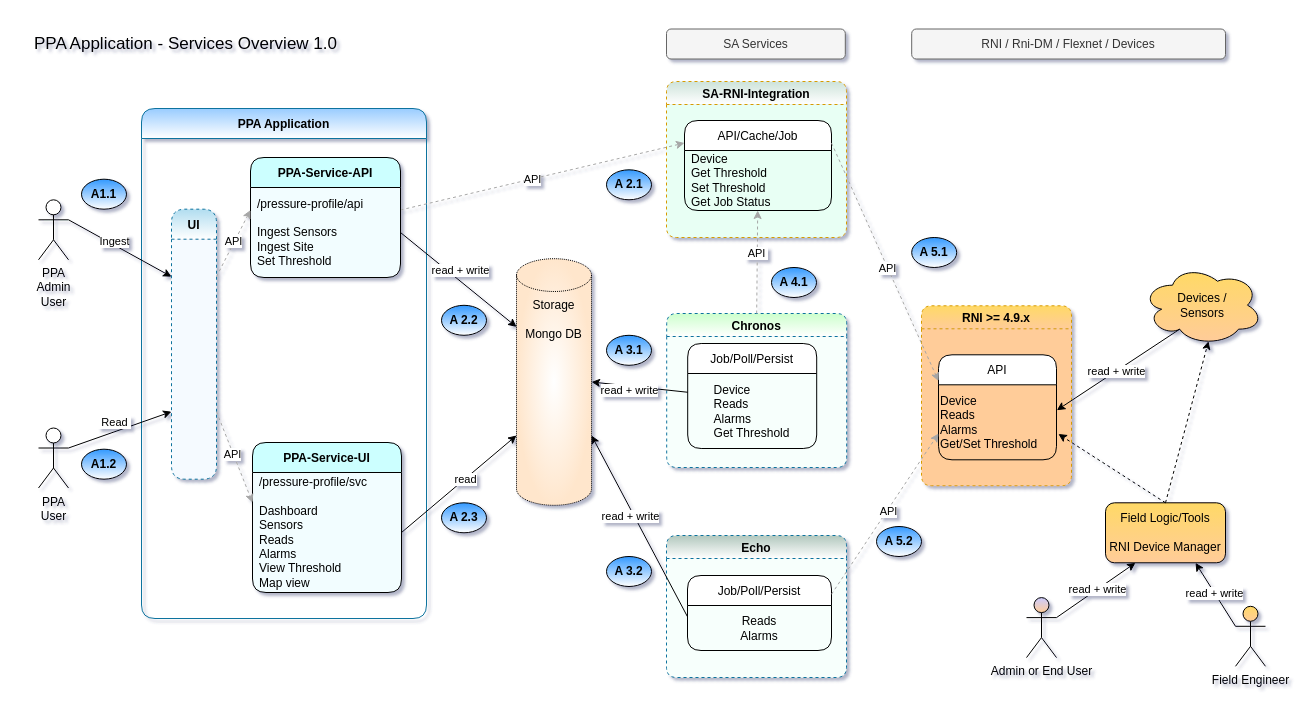
The draw.io diagram ppa/data-flow/ppa-app-services-overview-v1.drawio in rajeshpv-common/my-drawio, before the edit. Source tidied: cells renumbered, new cells numbered last; positions are measured from the earlier drawing's top-left corner, leaving out a move shared by most shapes. Both pictures are drawn from the tidied source at 100%, with x=0, y=0 at pixel (21, 21).
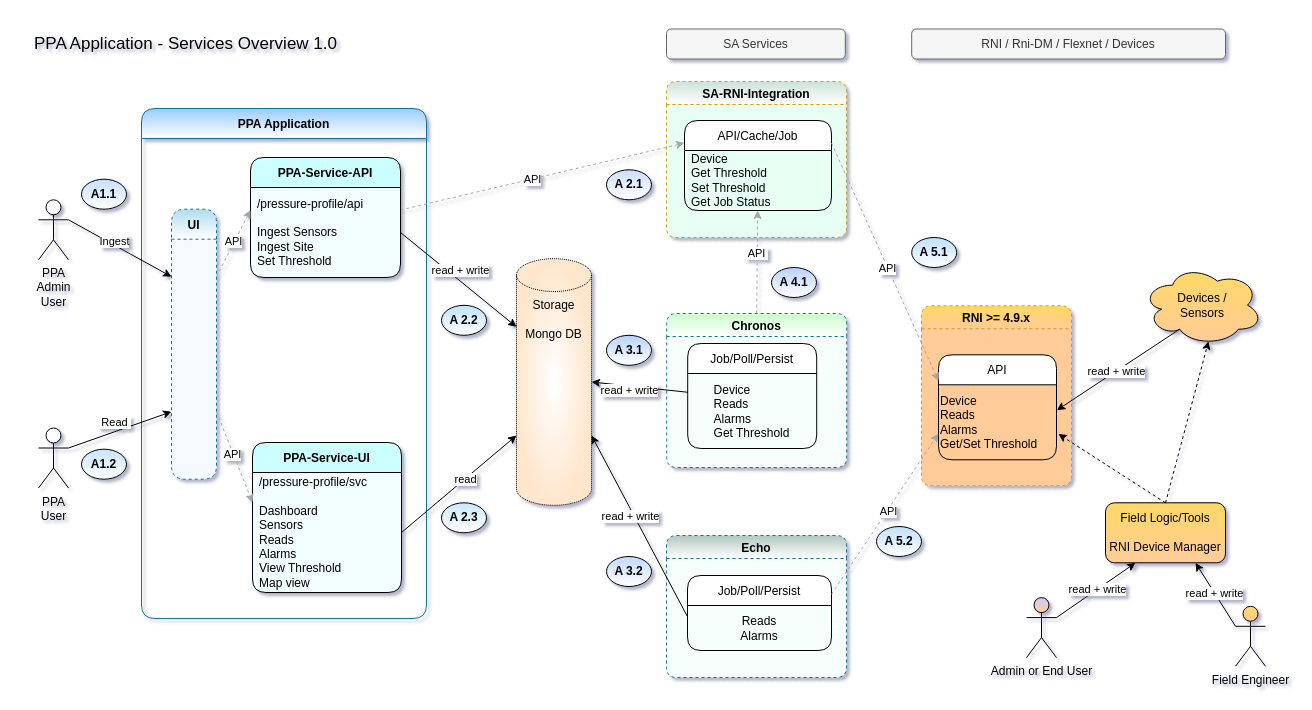
The same diagram, later.

Change to the diagram source:
```diff
@@
-    <mxCell id="5" value="&lt;b&gt;A 4.1&lt;/b&gt;" style="ellipse;whiteSpace=wrap;html=1;gradientColor=#ffffff;fillColor=#3399FF;" parent="1" vertex="1">
+    <mxCell id="5" value="&lt;b&gt;A 4.1&lt;/b&gt;" style="ellipse;whiteSpace=wrap;html=1;gradientColor=#ffffff;fillColor=#BAD1FF;" parent="1" vertex="1">
       <mxGeometry x="750" y="246" width="45" height="30" as="geometry" />
     </mxCell>
@@
-    <mxCell id="10" value="&lt;b&gt;A 3.2&lt;/b&gt;" style="ellipse;whiteSpace=wrap;html=1;gradientColor=#ffffff;fillColor=#3399FF;" parent="1" vertex="1">
+    <mxCell id="10" value="&lt;b&gt;A 3.2&lt;/b&gt;" style="ellipse;whiteSpace=wrap;html=1;gradientColor=#ffffff;fillColor=#C4D8FF;" parent="1" vertex="1">
       <mxGeometry x="585" y="535" width="45" height="30" as="geometry" />
     </mxCell>
-    <mxCell id="11" value="&lt;b&gt;A 3.1&lt;/b&gt;" style="ellipse;whiteSpace=wrap;html=1;gradientColor=#ffffff;fillColor=#3399FF;" parent="1" vertex="1">
+    <mxCell id="11" value="&lt;b&gt;A 3.1&lt;/b&gt;" style="ellipse;whiteSpace=wrap;html=1;gradientColor=#ffffff;fillColor=#BAD1FF;" parent="1" vertex="1">
       <mxGeometry x="585" y="313.8" width="45" height="30" as="geometry" />
     </mxCell>
@@
-    <mxCell id="15" value="&lt;b&gt;A1.2&lt;/b&gt;" style="ellipse;whiteSpace=wrap;html=1;gradientColor=#ffffff;fillColor=#3399FF;" parent="1" vertex="1">
+    <mxCell id="15" value="&lt;b&gt;A1.2&lt;/b&gt;" style="ellipse;whiteSpace=wrap;html=1;gradientColor=#ffffff;fillColor=#C9E4FF;" parent="1" vertex="1">
       <mxGeometry x="60" y="427.7" width="45" height="30" as="geometry" />
     </mxCell>
@@
-    <mxCell id="17" value="&lt;b&gt;A 2.2&lt;/b&gt;" style="ellipse;whiteSpace=wrap;html=1;gradientColor=#ffffff;fillColor=#3399FF;" parent="1" vertex="1">
+    <mxCell id="17" value="&lt;b&gt;A 2.2&lt;/b&gt;" style="ellipse;whiteSpace=wrap;html=1;gradientColor=#ffffff;fillColor=#BDE4FF;" parent="1" vertex="1">
       <mxGeometry x="420" y="283.8" width="45" height="30" as="geometry" />
     </mxCell>
@@
-    <mxCell id="19" value="&lt;b&gt;A 2.3&lt;br&gt;&lt;/b&gt;" style="ellipse;whiteSpace=wrap;html=1;gradientColor=#ffffff;fillColor=#3399FF;" parent="1" vertex="1">
+    <mxCell id="19" value="&lt;b&gt;A 2.3&lt;br&gt;&lt;/b&gt;" style="ellipse;whiteSpace=wrap;html=1;gradientColor=#ffffff;fillColor=#C9E8FF;" parent="1" vertex="1">
       <mxGeometry x="420" y="481.3" width="45" height="30" as="geometry" />
     </mxCell>
@@
-    <mxCell id="32" value="&lt;b&gt;A 2.1&lt;/b&gt;" style="ellipse;whiteSpace=wrap;html=1;gradientColor=#ffffff;fillColor=#3399FF;" parent="1" vertex="1">
+    <mxCell id="32" value="&lt;b&gt;A 2.1&lt;/b&gt;" style="ellipse;whiteSpace=wrap;html=1;gradientColor=#ffffff;fillColor=#CCDFFF;" parent="1" vertex="1">
       <mxGeometry x="585" y="148.3" width="45" height="30" as="geometry" />
     </mxCell>
@@
-    <mxCell id="40" value="&lt;b&gt;A 5.1&lt;/b&gt;" style="ellipse;whiteSpace=wrap;html=1;gradientColor=#ffffff;fillColor=#3399FF;" parent="1" vertex="1">
+    <mxCell id="40" value="&lt;b&gt;A 5.1&lt;/b&gt;" style="ellipse;whiteSpace=wrap;html=1;gradientColor=#ffffff;fillColor=#BFDFFF;" parent="1" vertex="1">
       <mxGeometry x="890.2" y="216" width="45" height="30" as="geometry" />
     </mxCell>
-    <mxCell id="41" value="&lt;b&gt;A 5.2&lt;/b&gt;" style="ellipse;whiteSpace=wrap;html=1;gradientColor=#ffffff;fillColor=#3399FF;" parent="1" vertex="1">
+    <mxCell id="41" value="&lt;b&gt;A 5.2&lt;/b&gt;" style="ellipse;whiteSpace=wrap;html=1;gradientColor=#ffffff;fillColor=#BFE1FF;" parent="1" vertex="1">
       <mxGeometry x="855" y="505" width="45" height="30" as="geometry" />
     </mxCell>
@@
-    <mxCell id="43" value="&lt;b&gt;A1.1&lt;/b&gt;" style="ellipse;whiteSpace=wrap;html=1;gradientColor=#ffffff;fillColor=#3399FF;" parent="1" vertex="1">
+    <mxCell id="43" value="&lt;b&gt;A1.1&lt;/b&gt;" style="ellipse;whiteSpace=wrap;html=1;gradientColor=#ffffff;fillColor=#C7DFFF;" parent="1" vertex="1">
       <mxGeometry x="60" y="157.7" width="45" height="30" as="geometry" />
     </mxCell>
```
